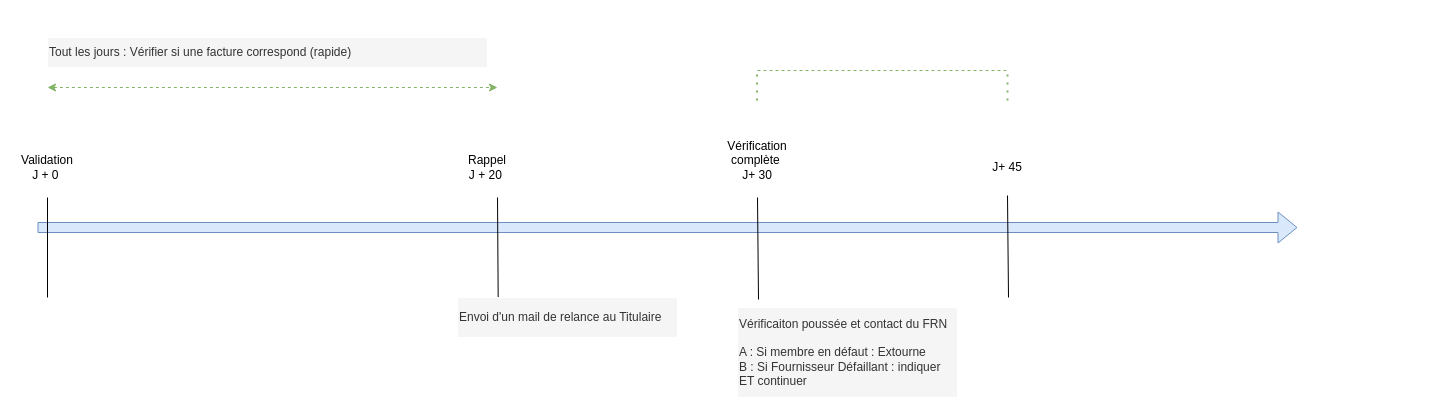
Earlier version of the draw.io diagram page "Time line facture à réconcilier" (3 of 3) of Chemin d'exeption .drawio (Idir-smart/SandBox). Source tidied: cells renumbered, new cells numbered last; positions are measured from the earlier drawing's top-left corner, leaving out a move shared by most shapes. Both pictures are drawn from the tidied source at 100%, with x=0, y=0 at pixel (17, 37).
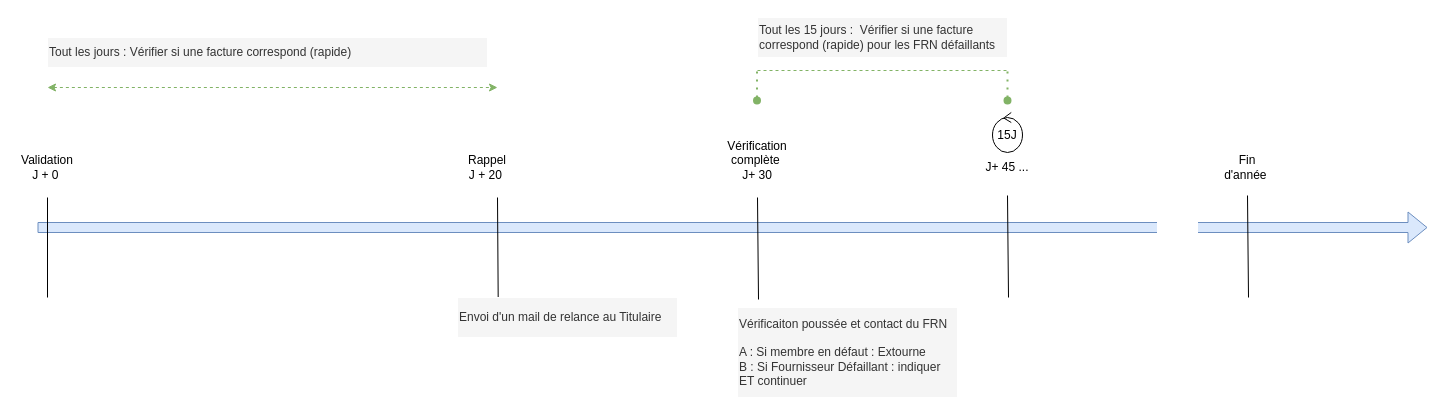
Above is the later version.

Commit message (it also covers changes not shown here):
Mettre à jour Chemin d'exeption .drawio

Change to the diagram source:
```diff
@@
     <mxCell id="2" style="shape=flexArrow;endArrow=classic;html=1;rounded=0;fillColor=#dae8fc;strokeColor=#6c8ebf;" parent="1" edge="1">
       <mxGeometry relative="1" as="geometry">
         <mxPoint x="20" y="190" as="sourcePoint" />
-        <mxPoint x="1280" y="190" as="targetPoint" />
+        <mxPoint x="1410" y="190" as="targetPoint" />
       </mxGeometry>
     </mxCell>
@@
-    <mxCell id="14" value="&lt;div&gt;&amp;nbsp;&lt;/div&gt;&lt;div&gt;J+ 45&lt;/div&gt;&lt;div&gt;&lt;br&gt;&lt;/div&gt;" style="text;html=1;whiteSpace=wrap;strokeColor=none;fillColor=none;align=center;verticalAlign=middle;rounded=0;" parent="1" vertex="1">
+    <mxCell id="14" value="&lt;div&gt;&amp;nbsp;&lt;/div&gt;&lt;div&gt;J+ 45 ...&lt;/div&gt;&lt;div&gt;&lt;br&gt;&lt;/div&gt;" style="text;html=1;whiteSpace=wrap;strokeColor=none;fillColor=none;align=center;verticalAlign=middle;rounded=0;" parent="1" vertex="1">
       <mxGeometry x="960" y="115" width="60" height="30" as="geometry" />
     </mxCell>
@@
-    <mxCell id="16" style="endArrow=none;dashed=1;html=1;dashPattern=1 3;strokeWidth=2;rounded=0;fillColor=#d5e8d4;strokeColor=#82b366;" parent="1" edge="1">
+    <mxCell id="16" style="endArrow=none;dashed=1;html=1;dashPattern=1 3;strokeWidth=2;rounded=0;fillColor=#d5e8d4;strokeColor=#82b366;startArrow=oval;startFill=1;" parent="1" edge="1">
       <mxGeometry relative="1" as="geometry">
         <mxPoint x="739.5" y="63" as="sourcePoint" />
         <mxPoint x="739.5" y="33" as="targetPoint" />
       </mxGeometry>
     </mxCell>
-    <mxCell id="17" style="endArrow=none;dashed=1;html=1;dashPattern=1 3;strokeWidth=2;rounded=0;fillColor=#d5e8d4;strokeColor=#82b366;" parent="1" edge="1">
+    <mxCell id="17" style="endArrow=none;dashed=1;html=1;dashPattern=1 3;strokeWidth=2;rounded=0;fillColor=#d5e8d4;strokeColor=#82b366;startArrow=oval;startFill=1;" parent="1" edge="1">
       <mxGeometry relative="1" as="geometry">
         <mxPoint x="990" y="63" as="sourcePoint" />
         <mxPoint x="990" y="33" as="targetPoint" />
       </mxGeometry>
     </mxCell>
+    <mxCell id="18" value="&lt;div align=&quot;left&quot;&gt;Tout les 15 jours :&amp;nbsp; Vérifier si une facture correspond (rapide) pour les FRN défaillants&lt;/div&gt;" style="rounded=0;whiteSpace=wrap;html=1;fillColor=#f5f5f5;fontColor=#333333;strokeColor=#FFFFFF;align=left;" parent="1" vertex="1">
+      <mxGeometry x="740" y="-20" width="250" height="40" as="geometry" />
+    </mxCell>
+    <mxCell id="19" style="endArrow=none;html=1;rounded=0;exitX=0.185;exitY=0.04;exitDx=0;exitDy=0;exitPerimeter=0;" parent="1" edge="1">
+      <mxGeometry relative="1" as="geometry">
+        <mxPoint x="1231" y="260" as="sourcePoint" />
+        <mxPoint x="1230" y="158" as="targetPoint" />
+      </mxGeometry>
+    </mxCell>
+    <mxCell id="20" value="Fin d'année&amp;nbsp;" style="text;html=1;whiteSpace=wrap;strokeColor=none;fillColor=none;align=center;verticalAlign=middle;rounded=0;" parent="1" vertex="1">
+      <mxGeometry x="1200" y="115" width="60" height="30" as="geometry" />
+    </mxCell>
+    <mxCell id="21" style="rounded=0;whiteSpace=wrap;html=1;strokeColor=#FFFFFF;" parent="1" vertex="1">
+      <mxGeometry x="1140" y="180" width="40" height="20" as="geometry" />
+    </mxCell>
+    <mxCell id="22" value="15J" style="ellipse;shape=umlControl;whiteSpace=wrap;html=1;" parent="1" vertex="1">
+      <mxGeometry x="975" y="75" width="30" height="40" as="geometry" />
+    </mxCell>
```
